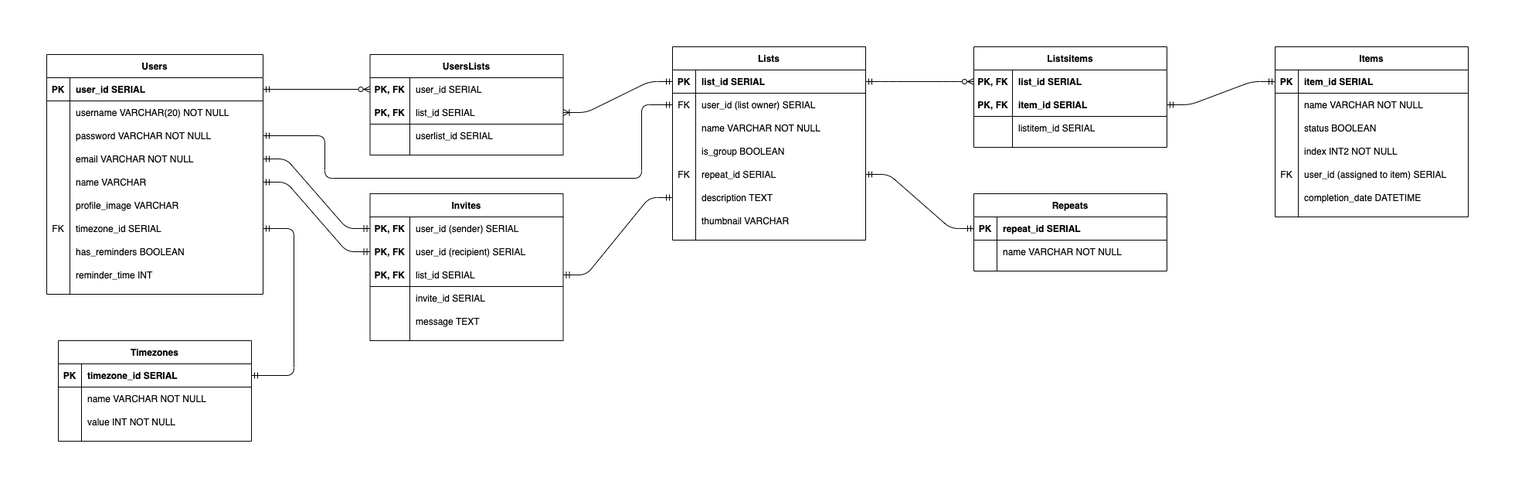
Earlier version of the draw.io export docs/database/database_schema.png (AndrewGregorovic/check_it). Source tidied: cells renumbered, new cells last; positions are measured from the earlier drawing's top-left corner, leaving out a move shared by most shapes.
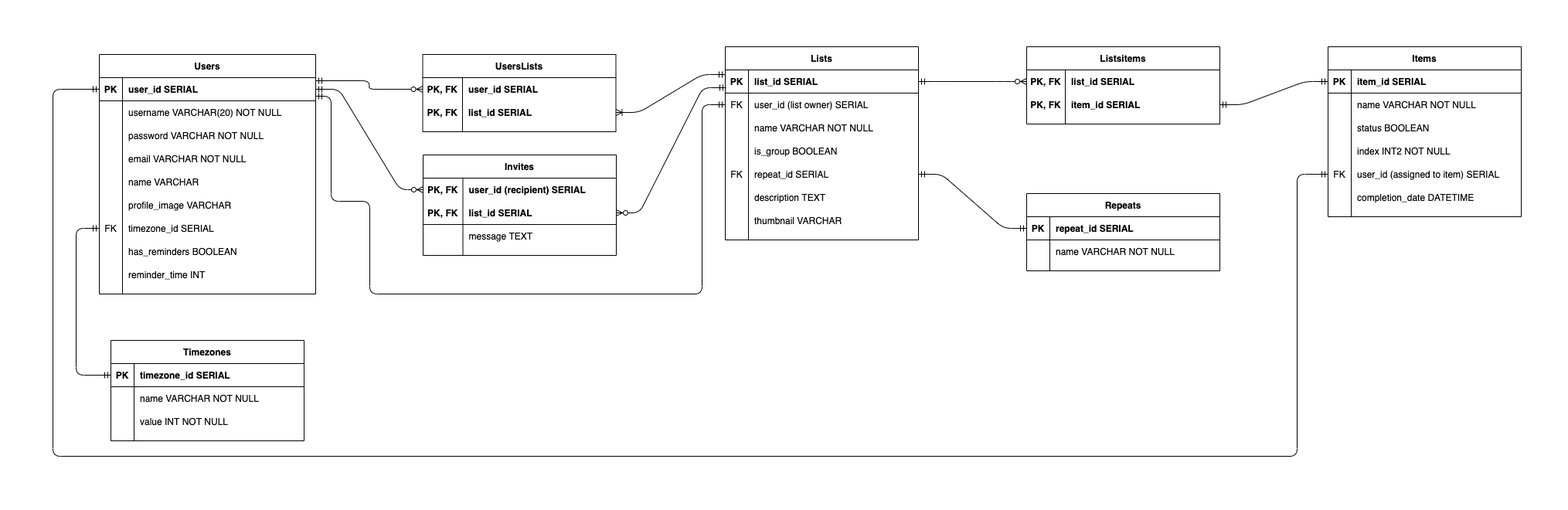
Later version of the same file.

Commit message:
Hopefully final schema and swagger changes.

Change to the diagram source:
```diff
@@ -69,12 +69,12 @@
       <mxGeometry x="30" width="220" height="30" as="geometry" />
     </mxCell>
     <mxCell id="24" value="Listsitems" style="shape=table;startSize=30;rowLines=0;fontStyle=1;align=center;" parent="1" vertex="1">
-      <mxGeometry x="1200" width="250" height="130" as="geometry" />
+      <mxGeometry x="1200" width="250" height="100" as="geometry" />
     </mxCell>
     <mxCell id="25" style="shape=partialRectangle;fillColor=none;points=[[0,0.5],[1,0.5]];portConstraint=eastwest;top=0;left=0;right=0;bottom=0;" parent="24" vertex="1">
       <mxGeometry y="30" width="250" height="30" as="geometry" />
     </mxCell>
-    <mxCell id="26" value="PK, FK" style="shape=partialRectangle;overflow=hidden;fillColor=none;top=0;left=0;bottom=0;right=0;fontStyle=1;" parent="25" vertex="1">
+    <mxCell id="26" value="PK, FK" style="shape=partialRectangle;overflow=hidden;fillColor=none;top=0;left=0;bottom=0;right=0;fontStyle=1;" parent="25" vertex="1">
       <mxGeometry width="50" height="30" as="geometry" />
     </mxCell>
     <mxCell id="27" value="list_id SERIAL" style="shape=partialRectangle;overflow=hidden;fillColor=none;top=0;left=0;bottom=0;right=0;align=left;spacingLeft=6;fontStyle=1;" parent="25" vertex="1">
@@ -83,21 +83,12 @@
     <mxCell id="28" style="shape=partialRectangle;fillColor=none;points=[[0,0.5],[1,0.5]];portConstraint=eastwest;top=0;left=0;right=0;bottom=0;" parent="24" vertex="1">
       <mxGeometry y="60" width="250" height="30" as="geometry" />
     </mxCell>
-    <mxCell id="29" value="PK, FK" style="shape=partialRectangle;overflow=hidden;fillColor=none;top=0;left=0;bottom=1;right=0;fontStyle=1;" parent="28" vertex="1">
+    <mxCell id="29" value="PK, FK" style="shape=partialRectangle;overflow=hidden;fillColor=none;top=0;left=0;bottom=0;right=0;fontStyle=1;" parent="28" vertex="1">
       <mxGeometry width="50" height="30" as="geometry" />
     </mxCell>
-    <mxCell id="30" value="item_id SERIAL" style="shape=partialRectangle;overflow=hidden;fillColor=none;top=0;left=0;bottom=1;right=0;align=left;spacingLeft=6;fontStyle=1;" parent="28" vertex="1">
+    <mxCell id="30" value="item_id SERIAL" style="shape=partialRectangle;overflow=hidden;fillColor=none;top=0;left=0;bottom=0;right=0;align=left;spacingLeft=6;fontStyle=1;" parent="28" vertex="1">
       <mxGeometry x="50" width="200" height="30" as="geometry" />
     </mxCell>
-    <mxCell id="31" style="shape=partialRectangle;fillColor=none;top=0;left=0;right=0;bottom=0;" parent="24" vertex="1">
-      <mxGeometry y="90" width="250" height="30" as="geometry" />
-    </mxCell>
-    <mxCell id="32" style="shape=partialRectangle;overflow=hidden;fillColor=none;top=0;left=0;bottom=0;right=0;fontStyle=1;" parent="31" vertex="1">
-      <mxGeometry width="50" height="30" as="geometry" />
-    </mxCell>
-    <mxCell id="33" value="listitem_id SERIAL" style="shape=partialRectangle;overflow=hidden;fillColor=none;top=0;left=0;bottom=0;right=0;align=left;spacingLeft=6;fontStyle=0;" parent="31" vertex="1">
-      <mxGeometry x="50" width="200" height="30" as="geometry" />
-    </mxCell>
     <mxCell id="34" value="Users" style="shape=table;startSize=30;rowLines=0;fontStyle=1;align=center;" parent="1" vertex="1">
       <mxGeometry y="10" width="280" height="310" as="geometry" />
     </mxCell>
@@ -239,8 +230,10 @@
     <mxCell id="80" value="completion_date DATETIME" style="shape=partialRectangle;overflow=hidden;fillColor=none;top=0;left=0;bottom=0;right=0;align=left;spacingLeft=6;" parent="78" vertex="1">
       <mxGeometry x="30" width="220" height="30" as="geometry" />
     </mxCell>
-    <mxCell id="81" style="fontSize=12;html=1;endArrow=ERzeroToMany;startArrow=ERmandOne;exitX=1;exitY=0.5;exitDx=0;exitDy=0;edgeStyle=orthogonalEdgeStyle;entryX=0;entryY=0.5;entryDx=0;entryDy=0;" parent="1" edge="1" source="35" target="85">
-      <mxGeometry relative="1" as="geometry" />
+    <mxCell id="81" style="fontSize=12;html=1;endArrow=ERzeroToMany;startArrow=ERmandOne;edgeStyle=orthogonalEdgeStyle;entryX=0;entryY=0.5;entryDx=0;entryDy=0;" parent="1" edge="1" target="85">
+      <mxGeometry relative="1" as="geometry">
+        <mxPoint x="280" y="44" as="sourcePoint" />
+      </mxGeometry>
     </mxCell>
     <mxCell id="82" style="edgeStyle=entityRelationEdgeStyle;fontSize=12;html=1;endArrow=ERzeroToMany;startArrow=ERmandOne;exitX=1;exitY=0.5;exitDx=0;exitDy=0;entryX=0;entryY=0.5;entryDx=0;entryDy=0;endFill=1;" parent="1" edge="1" source="3" target="25">
       <mxGeometry relative="1" as="geometry" />
@@ -249,7 +242,7 @@
       <mxGeometry relative="1" as="geometry" />
     </mxCell>
     <mxCell id="84" value="UsersLists" style="shape=table;startSize=30;rowLines=0;fontStyle=1;align=center;" parent="1" vertex="1">
-      <mxGeometry x="418.5" y="10" width="250" height="130" as="geometry" />
+      <mxGeometry x="418.5" y="10" width="250" height="100" as="geometry" />
     </mxCell>
     <mxCell id="85" style="shape=partialRectangle;fillColor=none;points=[[0,0.5],[1,0.5]];portConstraint=eastwest;top=0;left=0;right=0;bottom=0;" parent="84" vertex="1">
       <mxGeometry y="30" width="250" height="30" as="geometry" />
@@ -257,68 +250,41 @@
     <mxCell id="86" value="PK, FK" style="shape=partialRectangle;overflow=hidden;fillColor=none;top=0;left=0;bottom=0;right=0;fontStyle=1;" parent="85" vertex="1">
       <mxGeometry width="51.5" height="30" as="geometry" />
     </mxCell>
-    <mxCell id="87" value="user_id SERIAL" style="shape=partialRectangle;overflow=hidden;fillColor=none;top=0;left=0;bottom=0;right=0;align=left;spacingLeft=6;" parent="85" vertex="1">
+    <mxCell id="87" value="user_id SERIAL" style="shape=partialRectangle;overflow=hidden;fillColor=none;top=0;left=0;bottom=0;right=0;align=left;spacingLeft=6;fontStyle=1;" parent="85" vertex="1">
       <mxGeometry x="51.5" width="198.5" height="30" as="geometry" />
     </mxCell>
     <mxCell id="88" style="shape=partialRectangle;fillColor=none;points=[[0,0.5],[1,0.5]];portConstraint=eastwest;top=0;left=0;right=0;bottom=0;" parent="84" vertex="1">
       <mxGeometry y="60" width="250" height="30" as="geometry" />
     </mxCell>
-    <mxCell id="89" value="PK, FK" style="shape=partialRectangle;overflow=hidden;fillColor=none;top=0;left=0;bottom=1;right=0;fontStyle=1;" parent="88" vertex="1">
+    <mxCell id="89" value="PK, FK" style="shape=partialRectangle;overflow=hidden;fillColor=none;top=0;left=0;bottom=0;right=0;fontStyle=1;" parent="88" vertex="1">
       <mxGeometry width="51.5" height="30" as="geometry" />
     </mxCell>
-    <mxCell id="90" value="list_id SERIAL" style="shape=partialRectangle;overflow=hidden;fillColor=none;top=0;left=0;bottom=1;right=0;align=left;spacingLeft=6;" parent="88" vertex="1">
+    <mxCell id="90" value="list_id SERIAL" style="shape=partialRectangle;overflow=hidden;fillColor=none;top=0;left=0;bottom=0;right=0;align=left;spacingLeft=6;fontStyle=1;" parent="88" vertex="1">
       <mxGeometry x="51.5" width="198.5" height="30" as="geometry" />
     </mxCell>
-    <mxCell id="91" style="shape=partialRectangle;fillColor=none;top=0;left=0;right=0;bottom=0;" parent="84" vertex="1">
-      <mxGeometry y="90" width="250" height="30" as="geometry" />
-    </mxCell>
-    <mxCell id="92" style="shape=partialRectangle;overflow=hidden;fillColor=none;top=0;left=0;bottom=0;right=0;fontStyle=1;" parent="91" vertex="1">
-      <mxGeometry width="51.5" height="30" as="geometry" />
-    </mxCell>
-    <mxCell id="93" value="userlist_id SERIAL" style="shape=partialRectangle;overflow=hidden;fillColor=none;top=0;left=0;bottom=0;right=0;align=left;spacingLeft=6;" parent="91" vertex="1">
-      <mxGeometry x="51.5" width="198.5" height="30" as="geometry" />
-    </mxCell>
     <mxCell id="94" value="Invites" style="shape=table;startSize=30;rowLines=0;fontStyle=1;align=center;" parent="1" vertex="1">
-      <mxGeometry x="418.5" y="190" width="250" height="190" as="geometry" />
+      <mxGeometry x="419" y="140" width="250" height="130" as="geometry" />
     </mxCell>
-    <mxCell id="95" style="shape=partialRectangle;fillColor=none;points=[[0,0.5],[1,0.5]];portConstraint=eastwest;top=0;left=0;right=0;bottom=0;" parent="94" vertex="1">
-      <mxGeometry y="30" width="250" height="30" as="geometry" />
-    </mxCell>
-    <mxCell id="96" value="PK, FK" style="shape=partialRectangle;overflow=hidden;fillColor=none;top=0;left=0;bottom=0;right=0;fontStyle=1;" parent="95" vertex="1">
-      <mxGeometry width="51.5" height="30" as="geometry" />
-    </mxCell>
-    <mxCell id="97" value="user_id (sender) SERIAL" style="shape=partialRectangle;overflow=hidden;fillColor=none;top=0;left=0;bottom=0;right=0;align=left;spacingLeft=6;" parent="95" vertex="1">
-      <mxGeometry x="51.5" width="198.5" height="30" as="geometry" />
-    </mxCell>
     <mxCell id="98" style="shape=partialRectangle;fillColor=none;points=[[0,0.5],[1,0.5]];portConstraint=eastwest;top=0;left=0;right=0;bottom=0;" parent="94" vertex="1">
-      <mxGeometry y="60" width="250" height="30" as="geometry" />
+      <mxGeometry y="30" width="250" height="30" as="geometry" />
     </mxCell>
     <mxCell id="99" value="PK, FK" style="shape=partialRectangle;overflow=hidden;fillColor=none;top=0;left=0;bottom=0;right=0;fontStyle=1;" parent="98" vertex="1">
       <mxGeometry width="51.5" height="30" as="geometry" />
     </mxCell>
-    <mxCell id="100" value="user_id (recipient) SERIAL" style="shape=partialRectangle;overflow=hidden;fillColor=none;top=0;left=0;bottom=0;right=0;align=left;spacingLeft=6;" parent="98" vertex="1">
+    <mxCell id="100" value="user_id (recipient) SERIAL" style="shape=partialRectangle;overflow=hidden;fillColor=none;top=0;left=0;bottom=0;right=0;align=left;spacingLeft=6;fontStyle=1;" parent="98" vertex="1">
       <mxGeometry x="51.5" width="198.5" height="30" as="geometry" />
     </mxCell>
     <mxCell id="101" style="shape=partialRectangle;fillColor=none;points=[[0,0.5],[1,0.5]];portConstraint=eastwest;top=0;left=0;right=0;bottom=0;" parent="94" vertex="1">
-      <mxGeometry y="90" width="250" height="30" as="geometry" />
+      <mxGeometry y="60" width="250" height="30" as="geometry" />
     </mxCell>
     <mxCell id="102" value="PK, FK" style="shape=partialRectangle;overflow=hidden;fillColor=none;top=0;left=0;bottom=1;right=0;fontStyle=1;" parent="101" vertex="1">
       <mxGeometry width="51.5" height="30" as="geometry" />
     </mxCell>
-    <mxCell id="103" value="list_id SERIAL" style="shape=partialRectangle;overflow=hidden;fillColor=none;top=0;left=0;bottom=1;right=0;align=left;spacingLeft=6;" parent="101" vertex="1">
+    <mxCell id="103" value="list_id SERIAL" style="shape=partialRectangle;overflow=hidden;fillColor=none;top=0;left=0;bottom=1;right=0;align=left;spacingLeft=6;fontStyle=1;" parent="101" vertex="1">
       <mxGeometry x="51.5" width="198.5" height="30" as="geometry" />
     </mxCell>
-    <mxCell id="104" style="shape=partialRectangle;fillColor=none;top=0;left=0;right=0;bottom=0;" parent="94" vertex="1">
-      <mxGeometry y="120" width="250" height="30" as="geometry" />
-    </mxCell>
-    <mxCell id="105" style="shape=partialRectangle;overflow=hidden;fillColor=none;top=0;left=0;bottom=0;right=0;" parent="104" vertex="1">
-      <mxGeometry width="51.5" height="30" as="geometry" />
-    </mxCell>
-    <mxCell id="106" value="invite_id SERIAL" style="shape=partialRectangle;overflow=hidden;fillColor=none;top=0;left=0;bottom=0;right=0;align=left;spacingLeft=6;" parent="104" vertex="1">
-      <mxGeometry x="51.5" width="198.5" height="30" as="geometry" />
-    </mxCell>
     <mxCell id="107" style="shape=partialRectangle;fillColor=none;top=0;left=0;right=0;bottom=0;" parent="94" vertex="1">
-      <mxGeometry y="150" width="250" height="30" as="geometry" />
+      <mxGeometry y="90" width="250" height="30" as="geometry" />
     </mxCell>
     <mxCell id="108" style="shape=partialRectangle;overflow=hidden;fillColor=none;top=0;left=0;bottom=0;right=0;" parent="107" vertex="1">
       <mxGeometry width="51.5" height="30" as="geometry" />
@@ -377,38 +343,52 @@
     <mxCell id="126" value="value INT NOT NULL" style="shape=partialRectangle;overflow=hidden;fillColor=none;top=0;left=0;bottom=0;right=0;align=left;spacingLeft=6;" parent="124" vertex="1">
       <mxGeometry x="30" width="220" height="30" as="geometry" />
     </mxCell>
-    <mxCell id="127" style="fontSize=12;html=1;endArrow=ERmandOne;startArrow=ERmandOne;exitX=1;exitY=0.5;exitDx=0;exitDy=0;entryX=1;entryY=0.5;entryDx=0;entryDy=0;edgeStyle=orthogonalEdgeStyle;" parent="1" edge="1" source="53" target="118">
+    <mxCell id="127" style="fontSize=12;html=1;endArrow=ERmandOne;startArrow=ERmandOne;entryX=0;entryY=0.5;entryDx=0;entryDy=0;edgeStyle=orthogonalEdgeStyle;" parent="1" edge="1" target="118">
       <mxGeometry relative="1" as="geometry">
+        <mxPoint y="235" as="sourcePoint" />
         <Array as="points">
-          <mxPoint x="320" y="235" />
-          <mxPoint x="320" y="425" />
+          <mxPoint x="-30" y="235" />
+          <mxPoint x="-30" y="425" />
         </Array>
       </mxGeometry>
     </mxCell>
-    <mxCell id="128" style="edgeStyle=entityRelationEdgeStyle;fontSize=12;html=1;endArrow=ERoneToMany;startArrow=ERmandOne;exitX=0;exitY=0.5;exitDx=0;exitDy=0;entryX=1;entryY=0.5;entryDx=0;entryDy=0;endFill=0;" parent="1" edge="1" source="3" target="88">
+    <mxCell id="128" style="edgeStyle=entityRelationEdgeStyle;fontSize=12;html=1;endArrow=ERoneToMany;startArrow=ERmandOne;exitX=0;exitY=0.2;exitDx=0;exitDy=0;entryX=1;entryY=0.5;entryDx=0;entryDy=0;endFill=0;exitPerimeter=0;" parent="1" edge="1" source="3" target="88">
       <mxGeometry relative="1" as="geometry" />
     </mxCell>
-    <mxCell id="129" style="edgeStyle=orthogonalEdgeStyle;fontSize=12;html=1;endArrow=ERmandOne;startArrow=ERmandOne;exitX=1;exitY=0.5;exitDx=0;exitDy=0;entryX=0;entryY=0.5;entryDx=0;entryDy=0;" parent="1" edge="1" source="41" target="6">
+    <mxCell id="129" style="edgeStyle=orthogonalEdgeStyle;fontSize=12;html=1;endArrow=ERmandOne;startArrow=ERmandOne;entryX=0;entryY=0.5;entryDx=0;entryDy=0;" parent="1" edge="1" target="6">
       <mxGeometry relative="1" as="geometry">
+        <mxPoint x="280" y="64" as="sourcePoint" />
         <Array as="points">
-          <mxPoint x="360" y="115" />
-          <mxPoint x="360" y="170" />
-          <mxPoint x="770" y="170" />
-          <mxPoint x="770" y="75" />
+          <mxPoint x="300" y="64" />
+          <mxPoint x="300" y="200" />
+          <mxPoint x="350" y="200" />
+          <mxPoint x="350" y="320" />
+          <mxPoint x="780" y="320" />
+          <mxPoint x="780" y="75" />
         </Array>
       </mxGeometry>
     </mxCell>
-    <mxCell id="130" style="edgeStyle=entityRelationEdgeStyle;fontSize=12;html=1;endArrow=ERmandOne;startArrow=ERmandOne;exitX=1;exitY=0.5;exitDx=0;exitDy=0;entryX=0;entryY=0.5;entryDx=0;entryDy=0;" parent="1" edge="1" source="44" target="95">
+    <mxCell id="130" style="edgeStyle=entityRelationEdgeStyle;fontSize=12;html=1;endArrow=ERmandOne;startArrow=ERmandOne;exitX=1;exitY=0.5;exitDx=0;exitDy=0;entryX=0;entryY=0.5;entryDx=0;entryDy=0;" parent="1" edge="1" source="44" target="x">
       <mxGeometry relative="1" as="geometry" />
     </mxCell>
-    <mxCell id="131" style="edgeStyle=entityRelationEdgeStyle;fontSize=12;html=1;endArrow=ERmandOne;startArrow=ERmandOne;exitX=1;exitY=0.5;exitDx=0;exitDy=0;entryX=0;entryY=0.5;entryDx=0;entryDy=0;" parent="1" edge="1" source="47" target="98">
+    <mxCell id="131" style="edgeStyle=entityRelationEdgeStyle;fontSize=12;html=1;endArrow=ERzeroToMany;startArrow=ERmandOne;exitX=1;exitY=0.5;exitDx=0;exitDy=0;entryX=0;entryY=0.5;entryDx=0;entryDy=0;endFill=1;" parent="1" edge="1" source="35" target="98">
       <mxGeometry relative="1" as="geometry" />
     </mxCell>
-    <mxCell id="132" style="edgeStyle=entityRelationEdgeStyle;fontSize=12;html=1;endArrow=ERmandOne;startArrow=ERmandOne;exitX=1;exitY=0.5;exitDx=0;exitDy=0;entryX=0;entryY=0.5;entryDx=0;entryDy=0;" parent="1" edge="1" source="101" target="18">
+    <mxCell id="132" style="edgeStyle=entityRelationEdgeStyle;fontSize=12;html=1;endArrow=ERmandOne;startArrow=ERzeroToMany;exitX=1;exitY=0.5;exitDx=0;exitDy=0;entryX=0.004;entryY=0.767;entryDx=0;entryDy=0;startFill=1;entryPerimeter=0;" parent="1" edge="1" source="101" target="3">
       <mxGeometry relative="1" as="geometry" />
     </mxCell>
     <mxCell id="133" style="edgeStyle=entityRelationEdgeStyle;fontSize=12;html=1;endArrow=ERmandOne;startArrow=ERmandOne;entryX=1;entryY=0.5;entryDx=0;entryDy=0;exitX=0;exitY=0.5;exitDx=0;exitDy=0;" parent="1" edge="1" source="111" target="15">
       <mxGeometry relative="1" as="geometry" />
     </mxCell>
+    <mxCell id="134" style="edgeStyle=orthogonalEdgeStyle;fontSize=12;html=1;endArrow=ERmandOne;startArrow=ERmandOne;exitX=0;exitY=0.5;exitDx=0;exitDy=0;entryX=0;entryY=0.5;entryDx=0;entryDy=0;" parent="1" edge="1" source="35" target="75">
+      <mxGeometry relative="1" as="geometry">
+        <Array as="points">
+          <mxPoint x="-60" y="55" />
+          <mxPoint x="-60" y="530" />
+          <mxPoint x="1550" y="530" />
+          <mxPoint x="1550" y="165" />
+        </Array>
+      </mxGeometry>
+    </mxCell>
   </root>
 </mxGraphModel>
```
